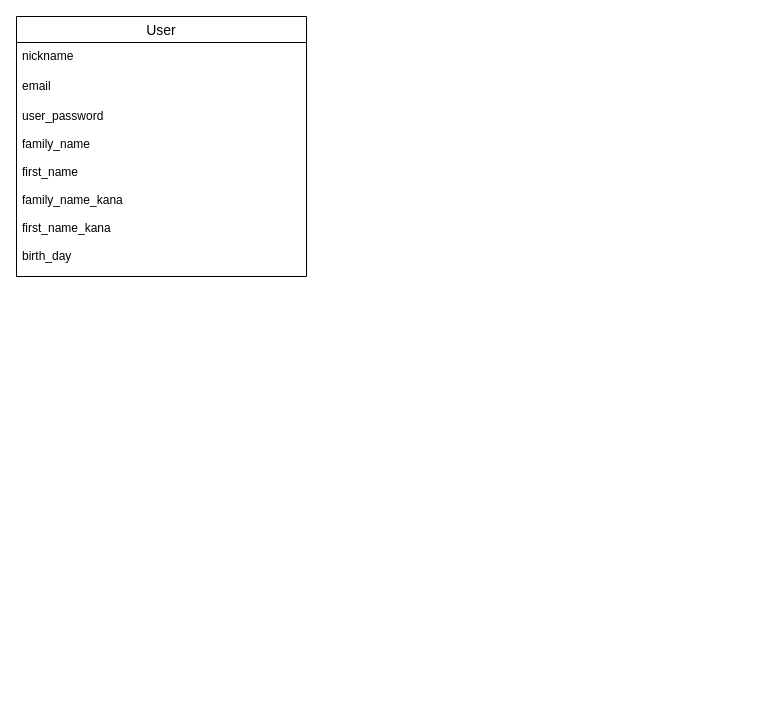
This is furima.dio from eita81601031/furima-35782, a draw.io file, before an edit. Source tidied: cells renumbered, new cells numbered last; positions are measured from the earlier drawing's top-left corner, leaving out a move shared by most shapes. Both pictures are drawn from the tidied source at 100%, with x=0, y=0 at pixel (16, 16).
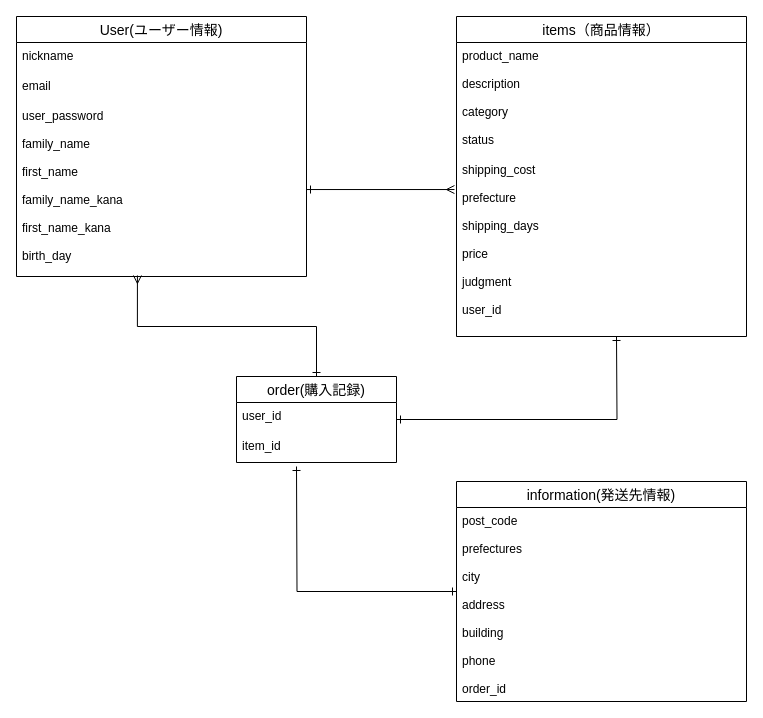
Above is the later version.

Commit message (it also covers changes not shown here):
データベーステーブル追加

Unchanged cells that the change refers to:
```xml
<mxCell id="5" value="user_password&#10;&#10;family_name&#10;&#10;first_name&#10;&#10;family_name_kana&#10;&#10;first_name_kana&#10;&#10;birth_day&#10;&#10;" style="text;strokeColor=none;fillColor=none;spacingLeft=4;spacingRight=4;overflow=hidden;points=[[0,0.5],[1,0.5]];portConstraint=eastwest;fontSize=12;" parent="2" vertex="1">
  <mxGeometry y="86" width="290" height="174" as="geometry" />
</mxCell>
```

What changed in the source:
```diff
@@
-    <mxCell id="2" value="User" style="swimlane;fontStyle=0;horizontal=1;startSize=26;align=center;fontSize=14;" parent="1" vertex="1">
+    <mxCell id="2" value="User(ユーザー情報)" style="swimlane;fontStyle=0;horizontal=1;startSize=26;align=center;fontSize=14;" parent="1" vertex="1">
       <mxGeometry width="290" height="260" as="geometry" />
     </mxCell>
@@
+    <mxCell id="6" value="items（商品情報）" style="swimlane;fontStyle=0;horizontal=1;startSize=26;align=center;fontSize=14;" parent="1" vertex="1">
+      <mxGeometry x="440" width="290" height="320" as="geometry" />
+    </mxCell>
+    <mxCell id="7" value="product_name&#10;&#10;description&#10;&#10;category&#10;&#10;status&#10;&#10;" style="text;strokeColor=none;fillColor=none;spacingLeft=4;spacingRight=4;overflow=hidden;fontSize=12;" parent="6" vertex="1">
+      <mxGeometry y="26" width="290" height="114" as="geometry" />
+    </mxCell>
+    <mxCell id="8" value="shipping_cost&#10;&#10;prefecture&#10;&#10;shipping_days&#10;&#10;price&#10;&#10;judgment&#10;&#10;&#10;" style="text;strokeColor=none;fillColor=none;spacingLeft=4;spacingRight=4;overflow=hidden;points=[[0,0.5],[1,0.5]];portConstraint=eastwest;fontSize=12;" parent="6" vertex="1">
+      <mxGeometry y="140" width="290" height="140" as="geometry" />
+    </mxCell>
+    <mxCell id="9" value="user_id" style="text;strokeColor=none;fillColor=none;spacingLeft=4;spacingRight=4;overflow=hidden;fontSize=12;" parent="6" vertex="1">
+      <mxGeometry y="280" width="290" height="40" as="geometry" />
+    </mxCell>
+    <mxCell id="10" style="edgeStyle=orthogonalEdgeStyle;rounded=0;jettySize=auto;html=1;entryX=-0.007;entryY=0.236;entryDx=0;entryDy=0;entryPerimeter=0;startArrow=ERone;startFill=0;endArrow=ERmany;endFill=0;" parent="1" edge="1" source="5" target="8">
+      <mxGeometry relative="1" as="geometry" />
+    </mxCell>
+    <mxCell id="11" style="edgeStyle=orthogonalEdgeStyle;rounded=0;jettySize=auto;html=1;entryX=0.417;entryY=0.994;entryDx=0;entryDy=0;entryPerimeter=0;startArrow=ERone;startFill=0;endArrow=ERmany;endFill=0;" parent="1" edge="1" source="13" target="5">
+      <mxGeometry relative="1" as="geometry" />
+    </mxCell>
+    <mxCell id="12" style="edgeStyle=orthogonalEdgeStyle;rounded=0;jettySize=auto;html=1;startArrow=ERone;startFill=0;endArrow=ERone;endFill=0;" parent="1" edge="1" source="13">
+      <mxGeometry relative="1" as="geometry">
+        <mxPoint x="600" y="320" as="targetPoint" />
+      </mxGeometry>
+    </mxCell>
+    <mxCell id="13" value="order(購入記録)" style="swimlane;fontStyle=0;horizontal=1;startSize=26;align=center;fontSize=14;" parent="1" vertex="1">
+      <mxGeometry x="220" y="360" width="160" height="86" as="geometry" />
+    </mxCell>
+    <mxCell id="14" value="user_id" style="text;strokeColor=none;fillColor=none;spacingLeft=4;spacingRight=4;overflow=hidden;fontSize=12;" parent="13" vertex="1">
+      <mxGeometry y="26" width="160" height="30" as="geometry" />
+    </mxCell>
+    <mxCell id="15" value="item_id" style="text;strokeColor=none;fillColor=none;spacingLeft=4;spacingRight=4;overflow=hidden;fontSize=12;" parent="13" vertex="1">
+      <mxGeometry y="56" width="160" height="30" as="geometry" />
+    </mxCell>
+    <mxCell id="16" style="edgeStyle=orthogonalEdgeStyle;rounded=0;jettySize=auto;html=1;startArrow=ERone;startFill=0;endArrow=ERone;endFill=0;" parent="1" edge="1" source="17">
+      <mxGeometry relative="1" as="geometry">
+        <mxPoint x="280" y="450" as="targetPoint" />
+      </mxGeometry>
+    </mxCell>
+    <mxCell id="17" value="information(発送先情報)" style="swimlane;fontStyle=0;horizontal=1;startSize=26;align=center;fontSize=14;" parent="1" vertex="1">
+      <mxGeometry x="440" y="465" width="290" height="220" as="geometry" />
+    </mxCell>
+    <mxCell id="18" value="post_code&#10;&#10;prefectures&#10;&#10;city" style="text;strokeColor=none;fillColor=none;spacingLeft=4;spacingRight=4;overflow=hidden;fontSize=12;" parent="17" vertex="1">
+      <mxGeometry y="26" width="290" height="84" as="geometry" />
+    </mxCell>
+    <mxCell id="19" value="address&#10;&#10;building&#10;&#10;phone&#10;&#10;order_id" style="text;strokeColor=none;fillColor=none;spacingLeft=4;spacingRight=4;overflow=hidden;fontSize=12;" parent="17" vertex="1">
+      <mxGeometry y="110" width="290" height="110" as="geometry" />
+    </mxCell>
```
